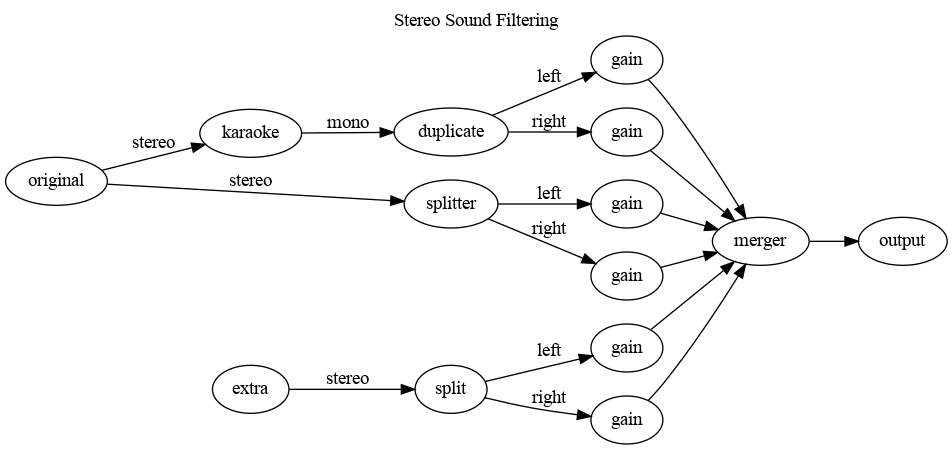
Above: docs/filter-graph-stereo.png in joeyparrish/upfish (Graphviz), before the change. Its source is kept beside it as docs/filter-graph-stereo.gv. Its diagram source:
```dot
digraph {
  label = "Stereo Sound Filtering"
  labelloc = "t"
  rankdir = "LR"

  original -> karaoke [label="stereo"];
  karaoke -> duplicate [label="mono"];

  gain0 [label="gain"];
  gain1 [label="gain"];

  duplicate -> gain0 [label="left"];
  duplicate -> gain1 [label="right"];

  gain0 -> merger;
  gain1 -> merger;

  original -> splitter [label="stereo"];

  gain2 [label="gain"];
  gain3 [label="gain"];

  splitter -> gain2 [label="left"];
  splitter -> gain3 [label="right"];

  gain2 -> merger;
  gain3 -> merger;

  splitter2 [label="split"];
  extra -> splitter2 [label="stereo"];

  gain4 [label="gain"];
  gain5 [label="gain"];

  splitter2 -> gain4 [label="left"];
  splitter2 -> gain5 [label="right"];

  gain4 -> merger;
  gain5 -> merger;

  merger -> output;
}
```
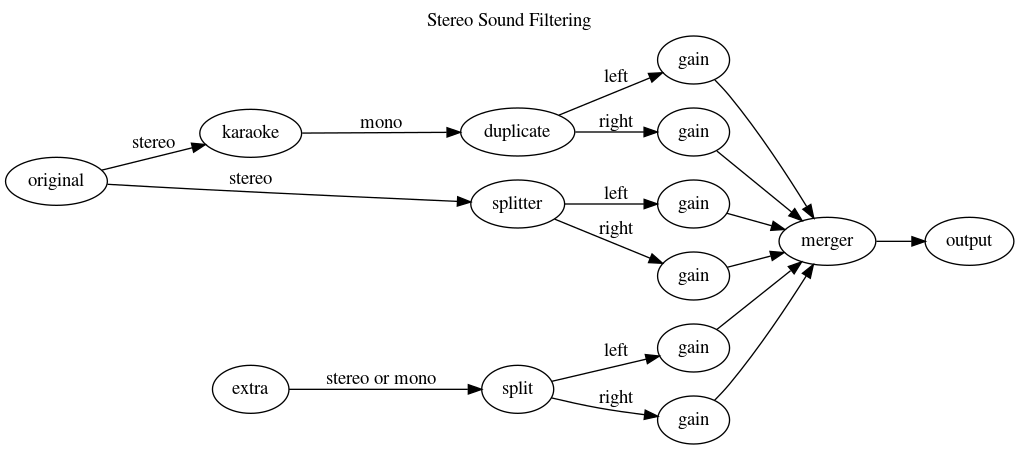
After the change.

Commit message:
Fix handling of mono inputs

Change to the diagram source:
```diff
@@ -27,7 +27,7 @@
   gain3 -> merger;
 
   splitter2 [label="split"];
-  extra -> splitter2 [label="stereo"];
+  extra -> splitter2 [label="stereo or mono"];
 
   gain4 [label="gain"];
   gain5 [label="gain"];
```
